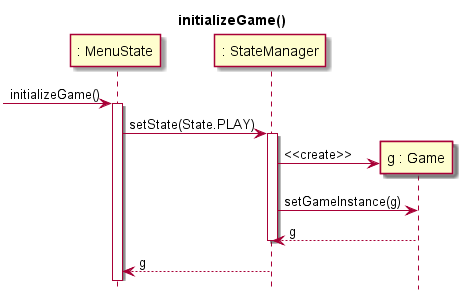
The PlantUML diagram Assignments/img/interaction_diagrams/initialize_game.png in donami/OOD-1415-markus-hederstrom, before a commit. Its diagram source:
```plantuml
@startuml
hide footbox
title initializeGame()
participant ": MenuState" as MenuState
participant ": StateManager" as StateManager
participant "g : Game" as Game

[-> MenuState: initializeGame()
activate MenuState
MenuState -> StateManager: setState(State.PLAY)
activate StateManager
create Game
StateManager -> Game: <<create>>
StateManager -> Game: setGameInstance(g)
Game --> StateManager: g
deactivate StateManager
StateManager --> MenuState: g

@enduml
```
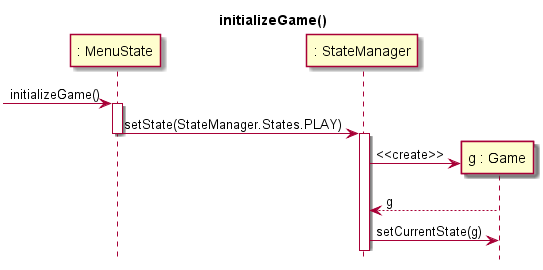
The same diagram one commit later.

What changed in the source:
```diff
@@ -7,13 +7,12 @@
 
 [-> MenuState: initializeGame()
 activate MenuState
-MenuState -> StateManager: setState(State.PLAY)
+MenuState -> StateManager: setState(StateManager.States.PLAY)
+deactivate MenuState
 activate StateManager
 create Game
 StateManager -> Game: <<create>>
-StateManager -> Game: setGameInstance(g)
 Game --> StateManager: g
-deactivate StateManager
-StateManager --> MenuState: g
+StateManager -> Game: setCurrentState(g)
 
 @enduml
```
